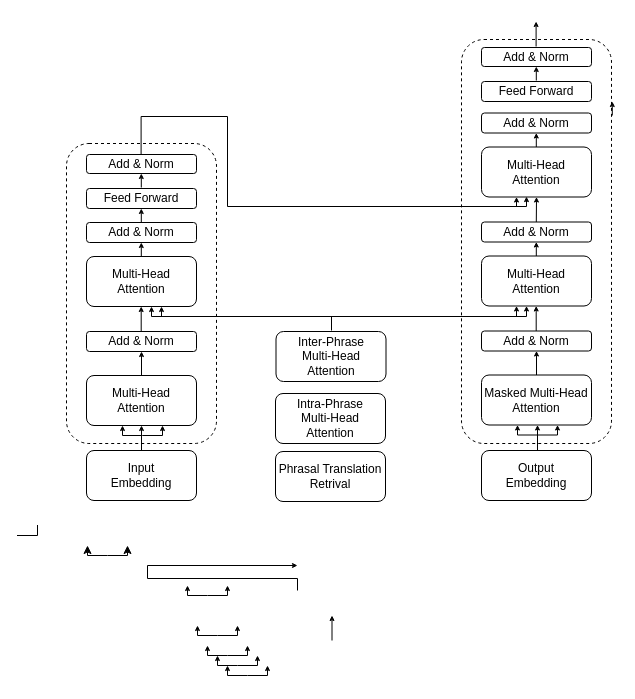
Before: phraseNMT.drawio in lizezhonglaile/drawio, a draw.io diagram. Source tidied: cells renumbered, new cells numbered last; positions are measured from the earlier drawing's top-left corner, leaving out a move shared by most shapes. Both pictures are drawn from the tidied source at 100%, with x=0, y=0 at pixel (17, 21).
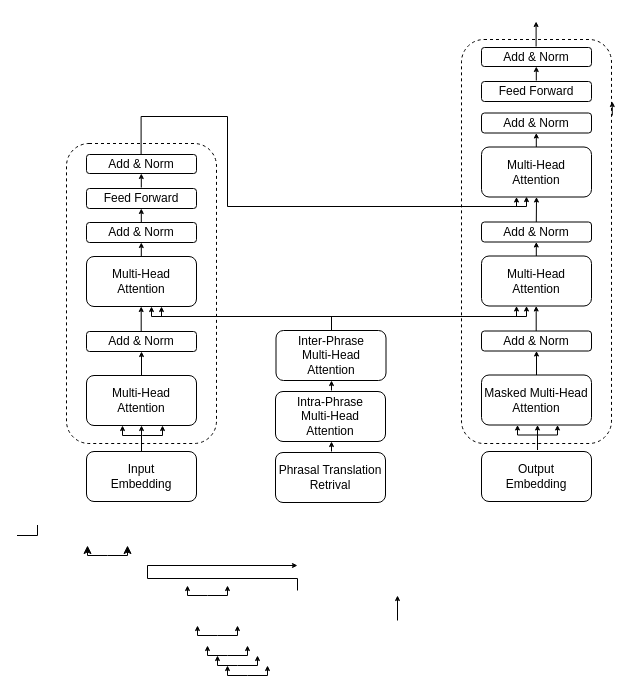
After the change.

Change to the diagram source:
```diff
@@
     <mxCell id="9" value="Input&lt;br&gt;Embedding" style="rounded=1;whiteSpace=wrap;html=1;" parent="1" vertex="1">
-      <mxGeometry x="69" y="429" width="110" height="50" as="geometry" />
+      <mxGeometry x="69" y="430" width="110" height="50" as="geometry" />
     </mxCell>
     <mxCell id="10" value="Phrasal Translation&lt;br&gt;Retrival" style="rounded=1;whiteSpace=wrap;html=1;" parent="1" vertex="1">
-      <mxGeometry x="258" y="430" width="110" height="50" as="geometry" />
+      <mxGeometry x="258" y="431" width="110" height="50" as="geometry" />
     </mxCell>
@@
     <mxCell id="20" style="edgeStyle=orthogonalEdgeStyle;rounded=0;orthogonalLoop=1;jettySize=auto;html=1;exitX=0.5;exitY=0;exitDx=0;exitDy=0;entryX=0.5;entryY=1;entryDx=0;entryDy=0;endSize=3;startSize=3;" parent="1" edge="1">
       <mxGeometry relative="1" as="geometry">
-        <mxPoint x="314.5" y="619" as="sourcePoint" />
-        <mxPoint x="314.5" y="594" as="targetPoint" />
+        <mxPoint x="380" y="599" as="sourcePoint" />
+        <mxPoint x="380" y="574" as="targetPoint" />
       </mxGeometry>
     </mxCell>
@@
     <mxCell id="30" value="Output&lt;br&gt;Embedding" style="rounded=1;whiteSpace=wrap;html=1;" parent="1" vertex="1">
-      <mxGeometry x="464" y="429" width="110" height="50" as="geometry" />
+      <mxGeometry x="464" y="430" width="110" height="50" as="geometry" />
     </mxCell>
@@
     <mxCell id="53" value="Intra-Phrase&lt;br&gt;Multi-Head &lt;br&gt;Attention" style="rounded=1;whiteSpace=wrap;html=1;" parent="1" vertex="1">
-      <mxGeometry x="258" y="372" width="110" height="50" as="geometry" />
+      <mxGeometry x="258" y="370" width="110" height="50" as="geometry" />
     </mxCell>
     <mxCell id="54" value="Inter-Phrase&lt;br&gt;Multi-Head &lt;br&gt;Attention" style="rounded=1;whiteSpace=wrap;html=1;" parent="1" vertex="1">
-      <mxGeometry x="258.5" y="310" width="110" height="50" as="geometry" />
+      <mxGeometry x="258.5" y="309" width="110" height="50" as="geometry" />
     </mxCell>
+    <mxCell id="55" style="edgeStyle=orthogonalEdgeStyle;rounded=0;orthogonalLoop=1;jettySize=auto;html=1;entryX=0.5;entryY=1;entryDx=0;entryDy=0;endSize=3;startSize=3;" parent="1" edge="1">
+      <mxGeometry relative="1" as="geometry">
+        <mxPoint x="314" y="369" as="sourcePoint" />
+        <mxPoint x="314" y="359" as="targetPoint" />
+      </mxGeometry>
+    </mxCell>
+    <mxCell id="56" style="edgeStyle=orthogonalEdgeStyle;rounded=0;orthogonalLoop=1;jettySize=auto;html=1;entryX=0.5;entryY=1;entryDx=0;entryDy=0;endSize=3;startSize=3;" parent="1" edge="1">
+      <mxGeometry relative="1" as="geometry">
+        <mxPoint x="314" y="430" as="sourcePoint" />
+        <mxPoint x="314" y="420" as="targetPoint" />
+      </mxGeometry>
+    </mxCell>
```
